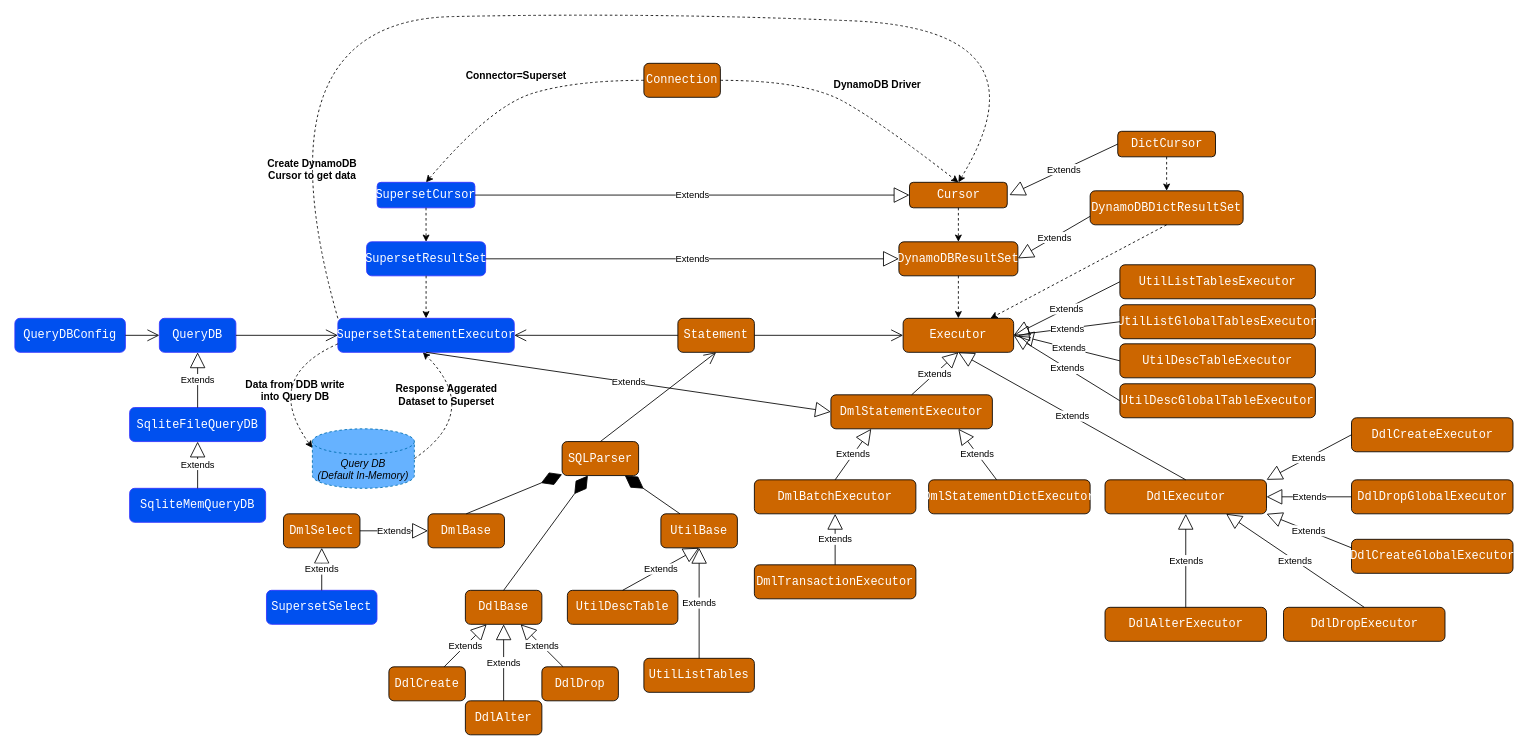
Above: PyDynamoDB.drawio in passren/docs (draw.io), before the change. Source tidied: cells renumbered, new cells numbered last; positions are measured from the earlier drawing's top-left corner, leaving out a move shared by most shapes. Both pictures are drawn from the tidied source at 85%, with x=0, y=0 at pixel (14, 12).
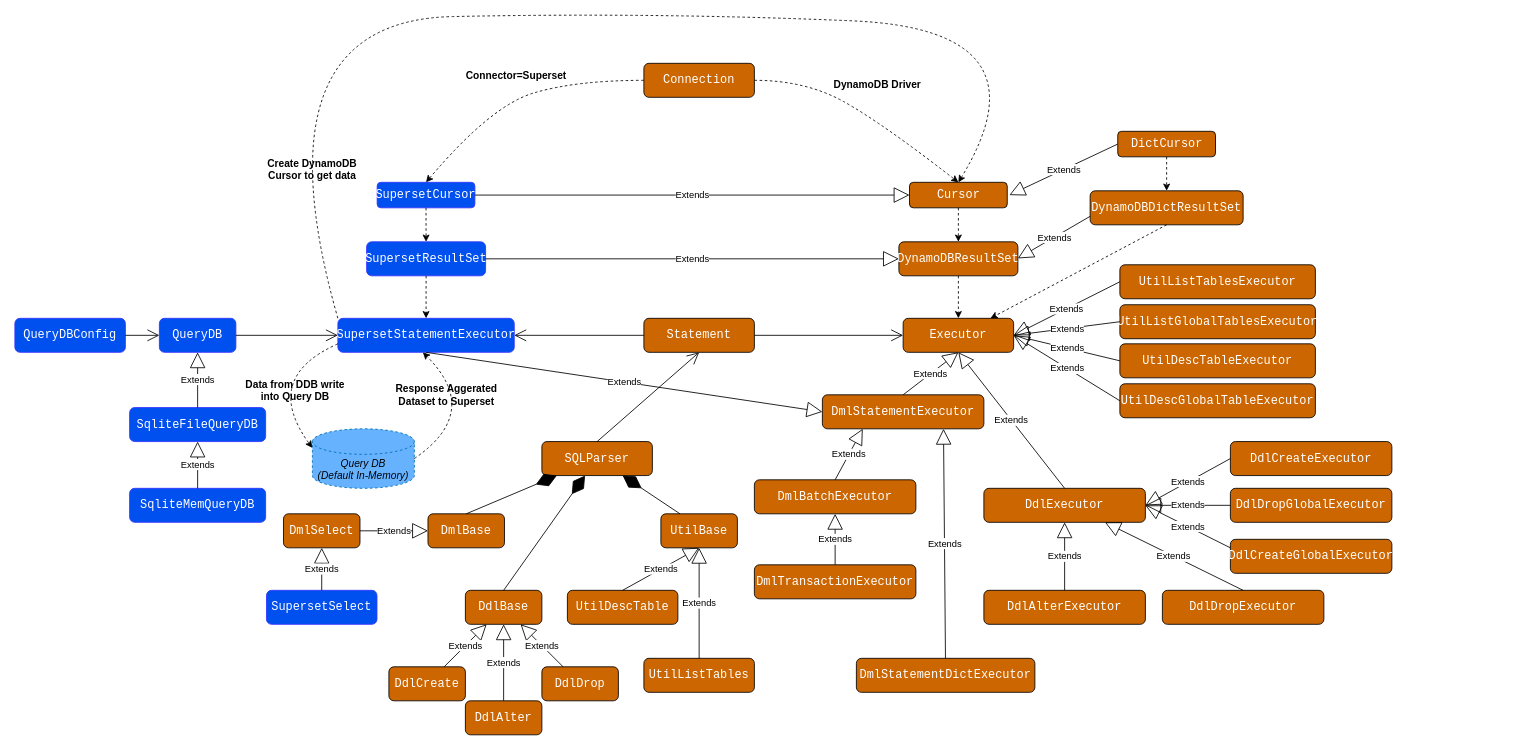
After the change.

Unchanged cells that the change refers to:
```xml
<mxCell id="8" value="&lt;div style=&quot;font-family: Consolas, &amp;quot;Courier New&amp;quot;, monospace; font-size: 14px; line-height: 19px;&quot;&gt;&lt;div style=&quot;line-height: 19px;&quot;&gt;&lt;span style=&quot;&quot;&gt;Executor&lt;/span&gt;&lt;/div&gt;&lt;/div&gt;" style="rounded=1;whiteSpace=wrap;html=1;fillColor=#CC6600;fontColor=#FFFFFF;labelBackgroundColor=none;" parent="1" vertex="1">
  <mxGeometry x="1045" y="360" width="130" height="40" as="geometry" />
</mxCell>
<mxCell id="83" value="&lt;div style=&quot;line-height: 19px;&quot;&gt;&lt;div style=&quot;line-height: 19px;&quot;&gt;&lt;div style=&quot;line-height: 19px;&quot;&gt;&lt;div style=&quot;line-height: 19px;&quot;&gt;&lt;div style=&quot;line-height: 19px;&quot;&gt;&lt;div style=&quot;line-height: 19px;&quot;&gt;&lt;font face=&quot;Consolas, Courier New, monospace&quot;&gt;&lt;span style=&quot;font-size: 14px;&quot;&gt;UtilDescTableExecutor&lt;/span&gt;&lt;/font&gt;&lt;br&gt;&lt;/div&gt;&lt;/div&gt;&lt;/div&gt;&lt;/div&gt;&lt;/div&gt;&lt;/div&gt;" style="rounded=1;whiteSpace=wrap;html=1;fillColor=#CC6600;fontColor=#FFFFFF;labelBackgroundColor=none;" parent="1" vertex="1">
  <mxGeometry x="1300" y="390" width="230" height="40" as="geometry" />
</mxCell>
```

Diff of the diagram source:
```diff
@@
     <mxCell id="2" value="&lt;div style=&quot;font-family: Consolas, &amp;quot;Courier New&amp;quot;, monospace; font-size: 14px; line-height: 19px;&quot;&gt;&lt;span style=&quot;&quot;&gt;Connection&lt;/span&gt;&lt;/div&gt;" style="rounded=1;whiteSpace=wrap;html=1;fillColor=#CC6600;fontColor=#ffffff;labelBackgroundColor=none;labelBorderColor=none;textShadow=0;" parent="1" vertex="1">
-      <mxGeometry x="740" y="60" width="90" height="40" as="geometry" />
+      <mxGeometry x="740" y="60" width="130" height="40" as="geometry" />
     </mxCell>
@@
     <mxCell id="9" value="&lt;div style=&quot;font-family: Consolas, &amp;quot;Courier New&amp;quot;, monospace; font-size: 14px; line-height: 19px;&quot;&gt;&lt;div style=&quot;line-height: 19px;&quot;&gt;&lt;div style=&quot;line-height: 19px;&quot;&gt;&lt;span style=&quot;&quot;&gt;DmlStatementExecutor&lt;/span&gt;&lt;/div&gt;&lt;/div&gt;&lt;/div&gt;" style="rounded=1;whiteSpace=wrap;html=1;fillColor=#CC6600;fontColor=#FFFFFF;labelBackgroundColor=none;" parent="1" vertex="1">
-      <mxGeometry x="960" y="450" width="190" height="40" as="geometry" />
+      <mxGeometry x="950" y="450" width="190" height="40" as="geometry" />
     </mxCell>
@@
     <mxCell id="12" value="&lt;div style=&quot;font-family: Consolas, &amp;quot;Courier New&amp;quot;, monospace; font-size: 14px; line-height: 19px;&quot;&gt;&lt;div style=&quot;line-height: 19px;&quot;&gt;&lt;div style=&quot;line-height: 19px;&quot;&gt;&lt;div style=&quot;line-height: 19px;&quot;&gt;&lt;div style=&quot;line-height: 19px;&quot;&gt;&lt;span style=&quot;&quot;&gt;DdlExecutor&lt;/span&gt;&lt;/div&gt;&lt;/div&gt;&lt;/div&gt;&lt;/div&gt;&lt;/div&gt;" style="rounded=1;whiteSpace=wrap;html=1;fillColor=#CC6600;fontColor=#FFFFFF;labelBackgroundColor=none;" parent="1" vertex="1">
-      <mxGeometry x="1282.5" y="550" width="190" height="40" as="geometry" />
+      <mxGeometry x="1140" y="560" width="190" height="40" as="geometry" />
     </mxCell>
@@
     <mxCell id="25" value="&lt;div style=&quot;font-family: Consolas, &amp;quot;Courier New&amp;quot;, monospace; font-size: 14px; line-height: 19px;&quot;&gt;&lt;span style=&quot;&quot;&gt;Statement&lt;/span&gt;&lt;/div&gt;" style="rounded=1;whiteSpace=wrap;html=1;fillColor=#CC6600;fontColor=#FFFFFF;labelBackgroundColor=none;" parent="1" vertex="1">
-      <mxGeometry x="780" y="360" width="90" height="40" as="geometry" />
+      <mxGeometry x="740" y="360" width="130" height="40" as="geometry" />
     </mxCell>
@@
     <mxCell id="28" value="&lt;div style=&quot;font-family: Consolas, &amp;quot;Courier New&amp;quot;, monospace; font-size: 14px; line-height: 19px;&quot;&gt;&lt;span style=&quot;&quot;&gt;SQLParser&lt;/span&gt;&lt;/div&gt;" style="rounded=1;whiteSpace=wrap;html=1;fillColor=#CC6600;fontColor=#FFFFFF;labelBackgroundColor=none;" parent="1" vertex="1">
-      <mxGeometry x="643.8" y="505" width="90" height="40" as="geometry" />
+      <mxGeometry x="620" y="505" width="130" height="40" as="geometry" />
     </mxCell>
@@
     <mxCell id="32" value="&lt;div style=&quot;font-family: Consolas, &amp;quot;Courier New&amp;quot;, monospace; font-size: 14px; line-height: 19px;&quot;&gt;&lt;div style=&quot;line-height: 19px;&quot;&gt;&lt;div style=&quot;line-height: 19px;&quot;&gt;&lt;div style=&quot;line-height: 19px;&quot;&gt;&lt;div style=&quot;line-height: 19px;&quot;&gt;&lt;span style=&quot;&quot;&gt;DdlCreateExecutor&lt;/span&gt;&lt;/div&gt;&lt;/div&gt;&lt;/div&gt;&lt;/div&gt;&lt;/div&gt;" style="rounded=1;whiteSpace=wrap;html=1;fillColor=#CC6600;fontColor=#FFFFFF;labelBackgroundColor=none;" parent="1" vertex="1">
-      <mxGeometry x="1572.5" y="477" width="190" height="40" as="geometry" />
+      <mxGeometry x="1430" y="505" width="190" height="40" as="geometry" />
     </mxCell>
@@
-    <mxCell id="34" value="Extends" style="endArrow=block;endSize=16;endFill=0;html=1;rounded=0;exitX=0;exitY=0.5;exitDx=0;exitDy=0;entryX=1;entryY=0;entryDx=0;entryDy=0;" parent="1" edge="1" source="32" target="12">
+    <mxCell id="34" value="Extends" style="endArrow=block;endSize=16;endFill=0;html=1;rounded=0;exitX=0;exitY=0.5;exitDx=0;exitDy=0;entryX=1;entryY=0.5;entryDx=0;entryDy=0;" parent="1" edge="1" source="32" target="12">
       <mxGeometry relative="1" as="geometry" />
     </mxCell>
@@
     <mxCell id="66" value="&lt;div style=&quot;font-family: Consolas, &amp;quot;Courier New&amp;quot;, monospace; font-size: 14px; line-height: 19px;&quot;&gt;&lt;div style=&quot;line-height: 19px;&quot;&gt;&lt;div style=&quot;line-height: 19px;&quot;&gt;&lt;div style=&quot;line-height: 19px;&quot;&gt;&lt;div style=&quot;line-height: 19px;&quot;&gt;&lt;div style=&quot;line-height: 19px;&quot;&gt;&lt;font&gt;DmlStatementDictExecutor&lt;/font&gt;&lt;/div&gt;&lt;/div&gt;&lt;/div&gt;&lt;/div&gt;&lt;/div&gt;&lt;/div&gt;" style="rounded=1;whiteSpace=wrap;html=1;fillColor=#CC6600;fontColor=#FFFFFF;labelBackgroundColor=none;" parent="1" vertex="1">
-      <mxGeometry x="1075" y="550" width="190" height="40" as="geometry" />
+      <mxGeometry x="990" y="760" width="210" height="40" as="geometry" />
     </mxCell>
-    <mxCell id="67" value="Extends" style="endArrow=block;endSize=16;endFill=0;html=1;rounded=0;" parent="1" edge="1" source="66" target="9">
-      <mxGeometry x="0.01" relative="1" as="geometry">
-        <Array as="points">
-          <mxPoint x="1110" y="490" />
-        </Array>
-      </mxGeometry>
-    </mxCell>
@@
     <mxCell id="74" value="&lt;div style=&quot;font-family: Consolas, &amp;quot;Courier New&amp;quot;, monospace; font-size: 14px; line-height: 19px;&quot;&gt;&lt;div style=&quot;line-height: 19px;&quot;&gt;&lt;div style=&quot;line-height: 19px;&quot;&gt;&lt;div style=&quot;line-height: 19px;&quot;&gt;&lt;div style=&quot;line-height: 19px;&quot;&gt;&lt;span style=&quot;&quot;&gt;DdlAlterExecutor&lt;/span&gt;&lt;/div&gt;&lt;/div&gt;&lt;/div&gt;&lt;/div&gt;&lt;/div&gt;" style="rounded=1;whiteSpace=wrap;html=1;fillColor=#CC6600;fontColor=#FFFFFF;labelBackgroundColor=none;" parent="1" vertex="1">
-      <mxGeometry x="1282.5" y="700" width="190" height="40" as="geometry" />
+      <mxGeometry x="1140" y="680" width="190" height="40" as="geometry" />
     </mxCell>
     <mxCell id="75" value="&lt;div style=&quot;font-family: Consolas, &amp;quot;Courier New&amp;quot;, monospace; font-size: 14px; line-height: 19px;&quot;&gt;&lt;div style=&quot;line-height: 19px;&quot;&gt;&lt;div style=&quot;line-height: 19px;&quot;&gt;&lt;div style=&quot;line-height: 19px;&quot;&gt;&lt;div style=&quot;line-height: 19px;&quot;&gt;&lt;span style=&quot;&quot;&gt;DdlDropExecutor&lt;/span&gt;&lt;/div&gt;&lt;/div&gt;&lt;/div&gt;&lt;/div&gt;&lt;/div&gt;" style="rounded=1;whiteSpace=wrap;html=1;fillColor=#CC6600;fontColor=#FFFFFF;labelBackgroundColor=none;" parent="1" vertex="1">
-      <mxGeometry x="1492.5" y="700" width="190" height="40" as="geometry" />
+      <mxGeometry x="1350" y="680" width="190" height="40" as="geometry" />
     </mxCell>
     <mxCell id="76" value="&lt;div style=&quot;font-family: Consolas, &amp;quot;Courier New&amp;quot;, monospace; font-size: 14px; line-height: 19px;&quot;&gt;&lt;div style=&quot;line-height: 19px;&quot;&gt;&lt;div style=&quot;line-height: 19px;&quot;&gt;&lt;div style=&quot;line-height: 19px;&quot;&gt;&lt;div style=&quot;line-height: 19px;&quot;&gt;&lt;span style=&quot;&quot;&gt;DdlCreateGlobalExecutor&lt;/span&gt;&lt;/div&gt;&lt;/div&gt;&lt;/div&gt;&lt;/div&gt;&lt;/div&gt;" style="rounded=1;whiteSpace=wrap;html=1;fillColor=#CC6600;fontColor=#FFFFFF;labelBackgroundColor=none;" parent="1" vertex="1">
-      <mxGeometry x="1572.5" y="620" width="190" height="40" as="geometry" />
+      <mxGeometry x="1430" y="620" width="190" height="40" as="geometry" />
     </mxCell>
     <mxCell id="77" value="&lt;div style=&quot;font-family: Consolas, &amp;quot;Courier New&amp;quot;, monospace; font-size: 14px; line-height: 19px;&quot;&gt;&lt;div style=&quot;line-height: 19px;&quot;&gt;&lt;div style=&quot;line-height: 19px;&quot;&gt;&lt;div style=&quot;line-height: 19px;&quot;&gt;&lt;div style=&quot;line-height: 19px;&quot;&gt;&lt;span style=&quot;&quot;&gt;DdlDropGlobalExecutor&lt;/span&gt;&lt;/div&gt;&lt;/div&gt;&lt;/div&gt;&lt;/div&gt;&lt;/div&gt;" style="rounded=1;whiteSpace=wrap;html=1;fillColor=#CC6600;fontColor=#FFFFFF;labelBackgroundColor=none;" parent="1" vertex="1">
-      <mxGeometry x="1572.5" y="550" width="190" height="40" as="geometry" />
+      <mxGeometry x="1430" y="560" width="190" height="40" as="geometry" />
     </mxCell>
@@
-    <mxCell id="79" value="Extends" style="endArrow=block;endSize=16;endFill=0;html=1;rounded=0;entryX=1;entryY=1;entryDx=0;entryDy=0;exitX=0;exitY=0.25;exitDx=0;exitDy=0;" parent="1" edge="1" source="76" target="12">
+    <mxCell id="79" value="Extends" style="endArrow=block;endSize=16;endFill=0;html=1;rounded=0;entryX=1;entryY=0.5;entryDx=0;entryDy=0;exitX=0;exitY=0.25;exitDx=0;exitDy=0;" parent="1" edge="1" source="76" target="12">
       <mxGeometry relative="1" as="geometry" />
     </mxCell>
@@
-    <mxCell id="86" value="Extends" style="endArrow=block;endSize=16;endFill=0;html=1;rounded=0;exitX=0;exitY=0.5;exitDx=0;exitDy=0;" parent="1" edge="1" source="83">
-      <mxGeometry relative="1" as="geometry">
-        <mxPoint x="1180" y="380" as="targetPoint" />
-      </mxGeometry>
+    <mxCell id="86" value="Extends" style="endArrow=block;endSize=16;endFill=0;html=1;rounded=0;exitX=0;exitY=0.5;exitDx=0;exitDy=0;entryX=1;entryY=0.5;entryDx=0;entryDy=0;" parent="1" edge="1" source="83" target="8">
+      <mxGeometry relative="1" as="geometry" />
     </mxCell>
@@
+    <mxCell id="67" value="Extends" style="endArrow=block;endSize=16;endFill=0;html=1;rounded=0;entryX=0.75;entryY=1;entryDx=0;entryDy=0;" parent="1" edge="1" source="66" target="9">
+      <mxGeometry relative="1" as="geometry" />
+    </mxCell>
```
